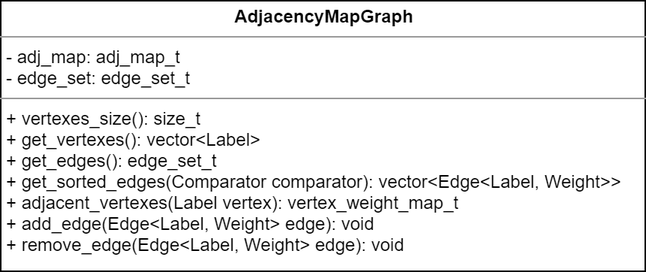
Before: report/images/AdjancencyMapGrapClass.png, a diagram exported from draw.io (jkomyno/algorithms-hw1). Source tidied: cells renumbered, new cells last; positions are measured from the earlier drawing's top-left corner, leaving out a move shared by most shapes. Its diagram source:
```xml
<mxGraphModel background="#ffffff">
  <root>
    <mxCell id="0" />
    <mxCell id="1" parent="0" />
    <mxCell id="2" value="&lt;p style=&quot;margin: 0px ; margin-top: 4px ; text-align: center&quot;&gt;&lt;b&gt;AdjacencyMapGraph&lt;/b&gt;&lt;br&gt;&lt;/p&gt;&lt;hr size=&quot;1&quot;&gt;&lt;p style=&quot;margin: 0px ; margin-left: 4px&quot;&gt;- adj_map:&amp;nbsp;adj_map_t&lt;/p&gt;&lt;p style=&quot;margin: 0px ; margin-left: 4px&quot;&gt;- edge_set: edge_set_t&lt;/p&gt;&lt;hr size=&quot;1&quot;&gt;&lt;p style=&quot;margin: 0px ; margin-left: 4px&quot;&gt;+ vertexes_size(): size_t&lt;/p&gt;&lt;p style=&quot;margin: 0px ; margin-left: 4px&quot;&gt;+ get_vertexes(): vector&amp;lt;Label&amp;gt;&lt;/p&gt;&lt;p style=&quot;margin: 0px ; margin-left: 4px&quot;&gt;+ get_edges():&amp;nbsp;edge_set_t&lt;/p&gt;&lt;p style=&quot;margin: 0px ; margin-left: 4px&quot;&gt;+ get_sorted_edges(Comparator comparator):&amp;nbsp;vector&amp;lt;Edge&amp;lt;Label, Weight&amp;gt;&amp;gt;&lt;/p&gt;&lt;p style=&quot;margin: 0px ; margin-left: 4px&quot;&gt;+ adjacent_vertexes(Label vertex):&amp;nbsp;vertex_weight_map_t&lt;/p&gt;&lt;p style=&quot;margin: 0px ; margin-left: 4px&quot;&gt;+&amp;nbsp;add_edge(Edge&amp;lt;Label, Weight&amp;gt; edge): void&lt;/p&gt;&lt;p style=&quot;margin: 0px ; margin-left: 4px&quot;&gt;+&amp;nbsp;remove_edge(Edge&amp;lt;Label, Weight&amp;gt; edge): void&lt;/p&gt;" style="verticalAlign=top;align=left;overflow=fill;fontSize=12;fontFamily=Helvetica;html=1;fillColor=none;" parent="1" vertex="1">
      <mxGeometry width="430" height="180" as="geometry" />
    </mxCell>
  </root>
</mxGraphModel>
```
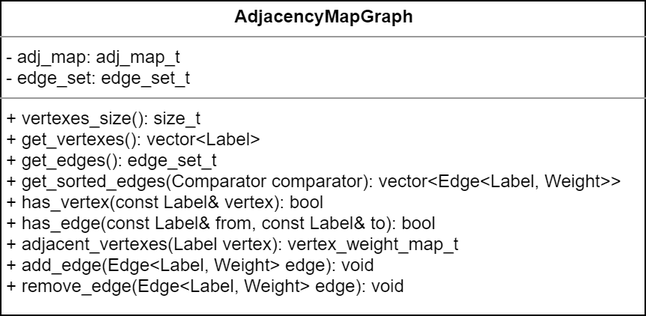
Above is the later version.

The edit, as a diff of the source:
```diff
@@ -2,8 +2,8 @@
   <root>
     <mxCell id="0" />
     <mxCell id="1" parent="0" />
-    <mxCell id="2" value="&lt;p style=&quot;margin: 0px ; margin-top: 4px ; text-align: center&quot;&gt;&lt;b&gt;AdjacencyMapGraph&lt;/b&gt;&lt;br&gt;&lt;/p&gt;&lt;hr size=&quot;1&quot;&gt;&lt;p style=&quot;margin: 0px ; margin-left: 4px&quot;&gt;- adj_map:&amp;nbsp;adj_map_t&lt;/p&gt;&lt;p style=&quot;margin: 0px ; margin-left: 4px&quot;&gt;- edge_set: edge_set_t&lt;/p&gt;&lt;hr size=&quot;1&quot;&gt;&lt;p style=&quot;margin: 0px ; margin-left: 4px&quot;&gt;+ vertexes_size(): size_t&lt;/p&gt;&lt;p style=&quot;margin: 0px ; margin-left: 4px&quot;&gt;+ get_vertexes(): vector&amp;lt;Label&amp;gt;&lt;/p&gt;&lt;p style=&quot;margin: 0px ; margin-left: 4px&quot;&gt;+ get_edges():&amp;nbsp;edge_set_t&lt;/p&gt;&lt;p style=&quot;margin: 0px ; margin-left: 4px&quot;&gt;+ get_sorted_edges(Comparator comparator):&amp;nbsp;vector&amp;lt;Edge&amp;lt;Label, Weight&amp;gt;&amp;gt;&lt;/p&gt;&lt;p style=&quot;margin: 0px ; margin-left: 4px&quot;&gt;+ adjacent_vertexes(Label vertex):&amp;nbsp;vertex_weight_map_t&lt;/p&gt;&lt;p style=&quot;margin: 0px ; margin-left: 4px&quot;&gt;+&amp;nbsp;add_edge(Edge&amp;lt;Label, Weight&amp;gt; edge): void&lt;/p&gt;&lt;p style=&quot;margin: 0px ; margin-left: 4px&quot;&gt;+&amp;nbsp;remove_edge(Edge&amp;lt;Label, Weight&amp;gt; edge): void&lt;/p&gt;" style="verticalAlign=top;align=left;overflow=fill;fontSize=12;fontFamily=Helvetica;html=1;fillColor=none;" parent="1" vertex="1">
-      <mxGeometry width="430" height="180" as="geometry" />
+    <mxCell id="2" value="&lt;p style=&quot;margin: 0px ; margin-top: 4px ; text-align: center&quot;&gt;&lt;b&gt;AdjacencyMapGraph&lt;/b&gt;&lt;br&gt;&lt;/p&gt;&lt;hr size=&quot;1&quot;&gt;&lt;p style=&quot;margin: 0px ; margin-left: 4px&quot;&gt;- adj_map:&amp;nbsp;adj_map_t&lt;/p&gt;&lt;p style=&quot;margin: 0px ; margin-left: 4px&quot;&gt;- edge_set: edge_set_t&lt;/p&gt;&lt;hr size=&quot;1&quot;&gt;&lt;p style=&quot;margin: 0px ; margin-left: 4px&quot;&gt;+ vertexes_size(): size_t&lt;/p&gt;&lt;p style=&quot;margin: 0px ; margin-left: 4px&quot;&gt;+ get_vertexes(): vector&amp;lt;Label&amp;gt;&lt;/p&gt;&lt;p style=&quot;margin: 0px ; margin-left: 4px&quot;&gt;+ get_edges():&amp;nbsp;edge_set_t&lt;/p&gt;&lt;p style=&quot;margin: 0px ; margin-left: 4px&quot;&gt;+ get_sorted_edges(Comparator comparator):&amp;nbsp;vector&amp;lt;Edge&amp;lt;Label, Weight&amp;gt;&amp;gt;&lt;/p&gt;&lt;p style=&quot;margin: 0px ; margin-left: 4px&quot;&gt;+&amp;nbsp;has_vertex(const Label&amp;amp; vertex): bool&lt;/p&gt;&lt;p style=&quot;margin: 0px ; margin-left: 4px&quot;&gt;+&amp;nbsp;has_edge(const Label&amp;amp; from, const Label&amp;amp; to): bool&lt;/p&gt;&lt;p style=&quot;margin: 0px ; margin-left: 4px&quot;&gt;+ adjacent_vertexes(Label vertex):&amp;nbsp;vertex_weight_map_t&lt;/p&gt;&lt;p style=&quot;margin: 0px ; margin-left: 4px&quot;&gt;+&amp;nbsp;add_edge(Edge&amp;lt;Label, Weight&amp;gt; edge): void&lt;/p&gt;&lt;p style=&quot;margin: 0px ; margin-left: 4px&quot;&gt;+&amp;nbsp;remove_edge(Edge&amp;lt;Label, Weight&amp;gt; edge): void&lt;/p&gt;" style="verticalAlign=top;align=left;overflow=fill;fontSize=12;fontFamily=Helvetica;html=1;fillColor=none;" parent="1" vertex="1">
+      <mxGeometry width="430" height="210" as="geometry" />
     </mxCell>
   </root>
 </mxGraphModel>
```
